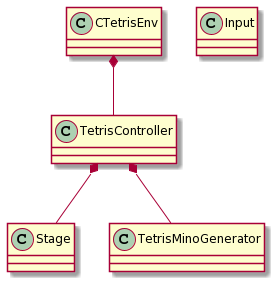
Kensho14/SK2_swing keeps this PlantUML diagram as DesignDoc/logic.png. Above is the earlier version. Source of this version:
```plantuml
@startuml
class CTetrisEnv
class TetrisController
class Stage
class TetrisMinoGenerator
class Input

CTetrisEnv *-- TetrisController
TetrisController *-- Stage
TetrisController *-- TetrisMinoGenerator
@enduml
```
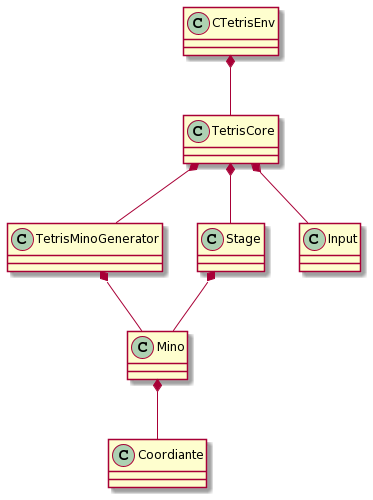
The same file after the commit.

Commit message:
シーケンス図、logic部のクラス図を修正

The edit, as a diff of the source:
```diff
@@ -1,11 +1,17 @@
 @startuml
 class CTetrisEnv
-class TetrisController
+class TetrisCore
+class Mino
+class TetrisMinoGenerator
 class Stage
-class TetrisMinoGenerator
+class Coordiante
 class Input
 
-CTetrisEnv *-- TetrisController
-TetrisController *-- Stage
-TetrisController *-- TetrisMinoGenerator
+CTetrisEnv *-- TetrisCore
+TetrisCore *-- Stage
+TetrisCore *-- TetrisMinoGenerator
+TetrisCore *-- Input
+TetrisMinoGenerator *-- Mino
+Stage *-- Mino
+Mino *-- Coordiante
 @enduml
```
